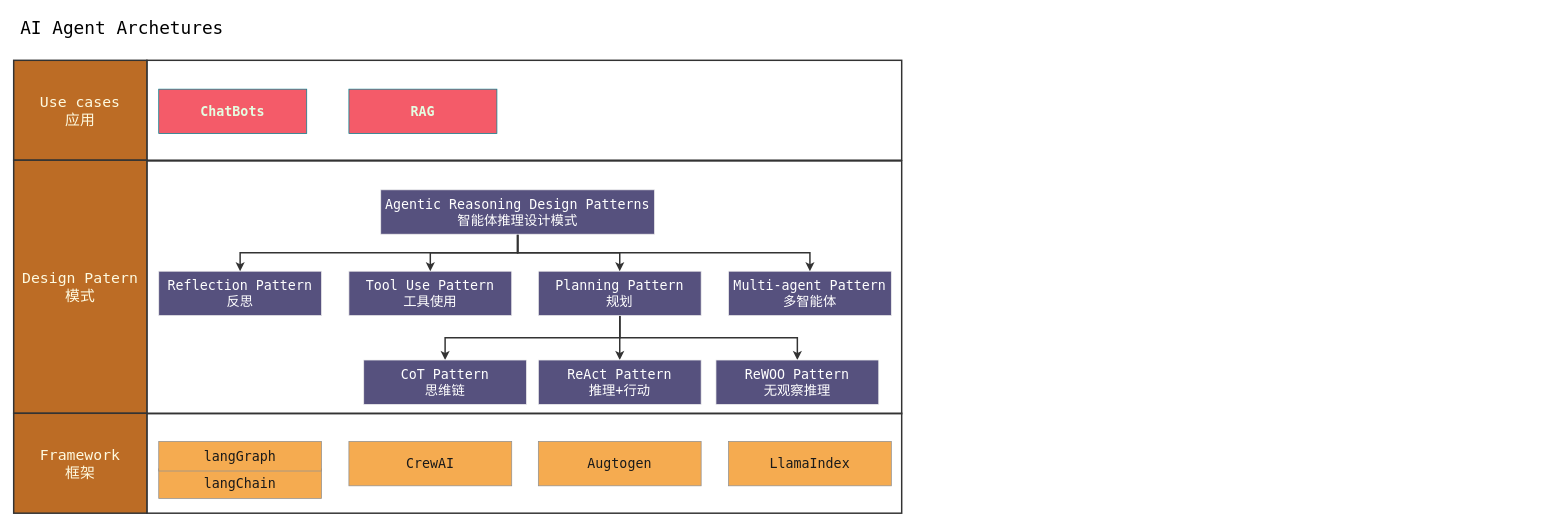
Above: drawio/Agentic Reasoning Design Patterns.drawio in feuyeux/hello-ai (draw.io), before the change. Source tidied: cells renumbered, new cells numbered last; positions are measured from the earlier drawing's top-left corner, leaving out a move shared by most shapes. Both pictures are drawn from the tidied source at 74%, with x=0, y=0 at pixel (13, 13).
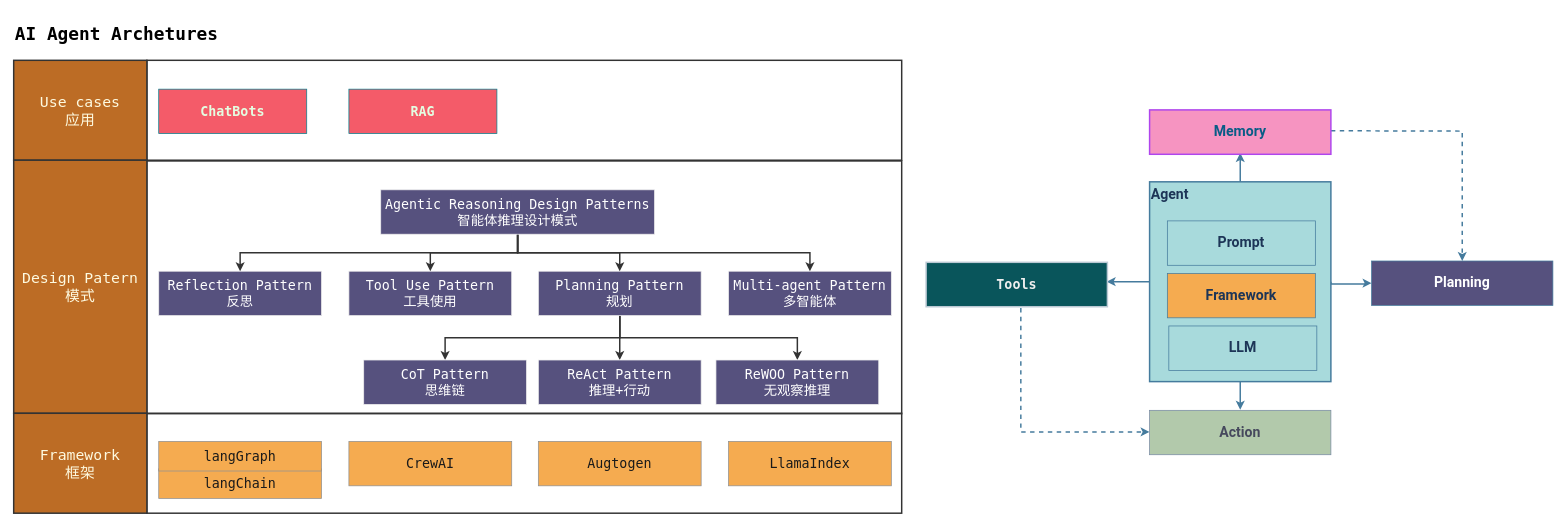
The same diagram, later.

Diff of the diagram source:
```diff
@@
+    <mxCell id="25" style="rounded=0;whiteSpace=wrap;html=1;fillColor=none;strokeWidth=2;strokeColor=#333333;" parent="1" vertex="1">
+      <mxGeometry x="180" y="200" width="1020" height="341.5" as="geometry" />
+    </mxCell>
+    <mxCell id="26" style="rounded=0;whiteSpace=wrap;html=1;fillColor=none;strokeWidth=2;strokeColor=#333333;" parent="1" vertex="1">
+      <mxGeometry x="180" y="541" width="1020" height="135" as="geometry" />
+    </mxCell>
@@
-    <mxCell id="25" style="rounded=0;whiteSpace=wrap;html=1;fillColor=none;strokeWidth=2;strokeColor=#333333;" parent="1" vertex="1">
-      <mxGeometry x="180" y="200" width="1020" height="341.5" as="geometry" />
-    </mxCell>
-    <mxCell id="26" style="rounded=0;whiteSpace=wrap;html=1;fillColor=none;strokeWidth=2;strokeColor=#333333;" parent="1" vertex="1">
-      <mxGeometry x="180" y="541" width="1020" height="135" as="geometry" />
-    </mxCell>
@@
-    <mxCell id="30" value="AI Agent Archetures" style="text;html=1;align=center;verticalAlign=middle;strokeColor=none;fillColor=none;fontSize=24;fontFamily=Monaco;" parent="1" vertex="1">
-      <mxGeometry width="292" height="41" as="geometry" />
+    <mxCell id="30" value="AI Agent Archetures" style="text;html=1;align=left;verticalAlign=middle;strokeColor=none;fillColor=none;fontSize=24;fontFamily=Monaco;fontStyle=1;" parent="1" vertex="1">
+      <mxGeometry y="8" width="249" height="41" as="geometry" />
     </mxCell>
+    <mxCell id="31" style="edgeStyle=orthogonalEdgeStyle;rounded=0;jettySize=auto;html=1;exitX=0.5;exitY=0;exitDx=0;exitDy=0;entryX=0.5;entryY=1;entryDx=0;entryDy=0;strokeColor=#457B9D;fontColor=#1D3557;fillColor=#A8DADC;strokeWidth=2;" parent="1" edge="1" source="35">
+      <mxGeometry relative="1" as="geometry">
+        <mxPoint x="1657.5" y="189.2" as="targetPoint" />
+      </mxGeometry>
+    </mxCell>
+    <mxCell id="32" style="edgeStyle=orthogonalEdgeStyle;rounded=0;jettySize=auto;html=1;exitX=1;exitY=0.5;exitDx=0;exitDy=0;entryX=0;entryY=0.5;entryDx=0;entryDy=0;strokeColor=#457B9D;fontColor=#1D3557;fillColor=#A8DADC;strokeWidth=2;" parent="1" edge="1" source="35" target="41">
+      <mxGeometry relative="1" as="geometry">
+        <Array as="points">
+          <mxPoint x="1780" y="366.2" />
+          <mxPoint x="1829" y="366.2" />
+        </Array>
+      </mxGeometry>
+    </mxCell>
+    <mxCell id="33" style="edgeStyle=orthogonalEdgeStyle;rounded=0;jettySize=auto;html=1;exitX=0;exitY=0.5;exitDx=0;exitDy=0;entryX=1;entryY=0.5;entryDx=0;entryDy=0;strokeColor=#457B9D;fontColor=#1D3557;fillColor=#A8DADC;strokeWidth=2;" parent="1" edge="1" source="35">
+      <mxGeometry relative="1" as="geometry">
+        <mxPoint x="1477" y="363.2" as="targetPoint" />
+      </mxGeometry>
+    </mxCell>
+    <mxCell id="34" style="edgeStyle=orthogonalEdgeStyle;rounded=0;jettySize=auto;html=1;exitX=0.5;exitY=1;exitDx=0;exitDy=0;strokeColor=#457B9D;fontColor=#1D3557;fillColor=#A8DADC;strokeWidth=2;" parent="1" edge="1" source="35">
+      <mxGeometry relative="1" as="geometry">
+        <mxPoint x="1657.5" y="536.2" as="targetPoint" />
+      </mxGeometry>
+    </mxCell>
+    <mxCell id="35" value="Agent" style="rounded=0;whiteSpace=wrap;html=1;hachureGap=4;fontFamily=Roboto;fontStyle=1;fontSize=19;labelBackgroundColor=none;fillColor=#A8DADC;strokeColor=#457B9D;fontColor=#1D3557;verticalAlign=top;align=left;strokeWidth=2;" parent="1" vertex="1">
+      <mxGeometry x="1535" y="228.2" width="245" height="270" as="geometry" />
+    </mxCell>
+    <mxCell id="36" value="Prompt" style="rounded=0;whiteSpace=wrap;html=1;hachureGap=4;fontFamily=Roboto;fontStyle=1;fontSize=19;labelBackgroundColor=none;fillColor=#A8DADC;strokeColor=#457B9D;fontColor=#1D3557;" parent="1" vertex="1">
+      <mxGeometry x="1559" y="281" width="200" height="60" as="geometry" />
+    </mxCell>
+    <mxCell id="37" style="edgeStyle=orthogonalEdgeStyle;rounded=0;orthogonalLoop=1;jettySize=auto;html=1;exitX=0.5;exitY=1;exitDx=0;exitDy=0;entryX=0;entryY=0.5;entryDx=0;entryDy=0;strokeColor=#457B9D;fontColor=#1D3557;fillColor=#A8DADC;strokeWidth=2;dashed=1;" parent="1" edge="1">
+      <mxGeometry relative="1" as="geometry">
+        <mxPoint x="1354.5" y="393.2" as="sourcePoint" />
+        <mxPoint x="1535" y="566.2" as="targetPoint" />
+        <Array as="points">
+          <mxPoint x="1361" y="393" />
+          <mxPoint x="1361" y="566" />
+        </Array>
+      </mxGeometry>
+    </mxCell>
+    <mxCell id="38" value="Framework" style="rounded=0;whiteSpace=wrap;labelBackgroundColor=none;fillColor=#F5AB50;strokeColor=#457B9D;fontColor=#1D3557;fontFamily=Roboto;fontSize=19;fontStyle=1;" parent="1" vertex="1">
+      <mxGeometry x="1559" y="352" width="200" height="60" as="geometry" />
+    </mxCell>
+    <mxCell id="39" style="edgeStyle=orthogonalEdgeStyle;rounded=0;jettySize=auto;html=1;exitX=1;exitY=0.5;exitDx=0;exitDy=0;entryX=0.5;entryY=0;entryDx=0;entryDy=0;strokeColor=#457B9D;fontColor=#1D3557;fillColor=#A8DADC;strokeWidth=2;dashed=1;" parent="1" edge="1" target="41">
+      <mxGeometry relative="1" as="geometry">
+        <mxPoint x="1780" y="159.2" as="sourcePoint" />
+      </mxGeometry>
+    </mxCell>
+    <mxCell id="40" value="LLM" style="rounded=0;whiteSpace=wrap;html=1;hachureGap=4;fontFamily=Roboto;fontStyle=1;fontSize=19;labelBackgroundColor=none;fillColor=#A8DADC;strokeColor=#457B9D;fontColor=#1D3557;" parent="1" vertex="1">
+      <mxGeometry x="1561" y="423" width="200" height="60" as="geometry" />
+    </mxCell>
+    <mxCell id="41" value="Planning" style="rounded=0;whiteSpace=wrap;html=1;hachureGap=4;fontFamily=Roboto;fontStyle=1;fontSize=19;labelBackgroundColor=none;fillColor=#56517E;strokeColor=#457B9D;fontColor=#FFFFFF;" parent="1" vertex="1">
+      <mxGeometry x="1835" y="335.2" width="245" height="60" as="geometry" />
+    </mxCell>
+    <mxCell id="42" value="Memory" style="rounded=0;whiteSpace=wrap;html=1;hachureGap=4;fontFamily=Roboto;fontStyle=1;fontSize=19;labelBackgroundColor=none;fillColor=#F694C1;strokeColor=#AF45ED;fontColor=#095C86;strokeWidth=2;" parent="1" vertex="1">
+      <mxGeometry x="1535" y="131" width="245" height="60" as="geometry" />
+    </mxCell>
+    <mxCell id="43" value="Tools" style="rounded=0;whiteSpace=wrap;html=1;hachureGap=4;fontFamily=Monaco;fontStyle=1;fontSize=18;labelBackgroundColor=none;fillColor=#09555B;strokeColor=#BAC8D3;fontColor=#EEEEEE;strokeWidth=2;" parent="1" vertex="1">
+      <mxGeometry x="1233" y="337" width="245" height="60" as="geometry" />
+    </mxCell>
+    <mxCell id="44" value="Action" style="rounded=0;whiteSpace=wrap;html=1;hachureGap=4;fontFamily=Roboto;fontStyle=1;fontSize=19;labelBackgroundColor=none;fillColor=#B2C9AB;strokeColor=#788AA3;fontColor=#46495D;" parent="1" vertex="1">
+      <mxGeometry x="1535" y="537" width="245" height="60" as="geometry" />
+    </mxCell>
```
